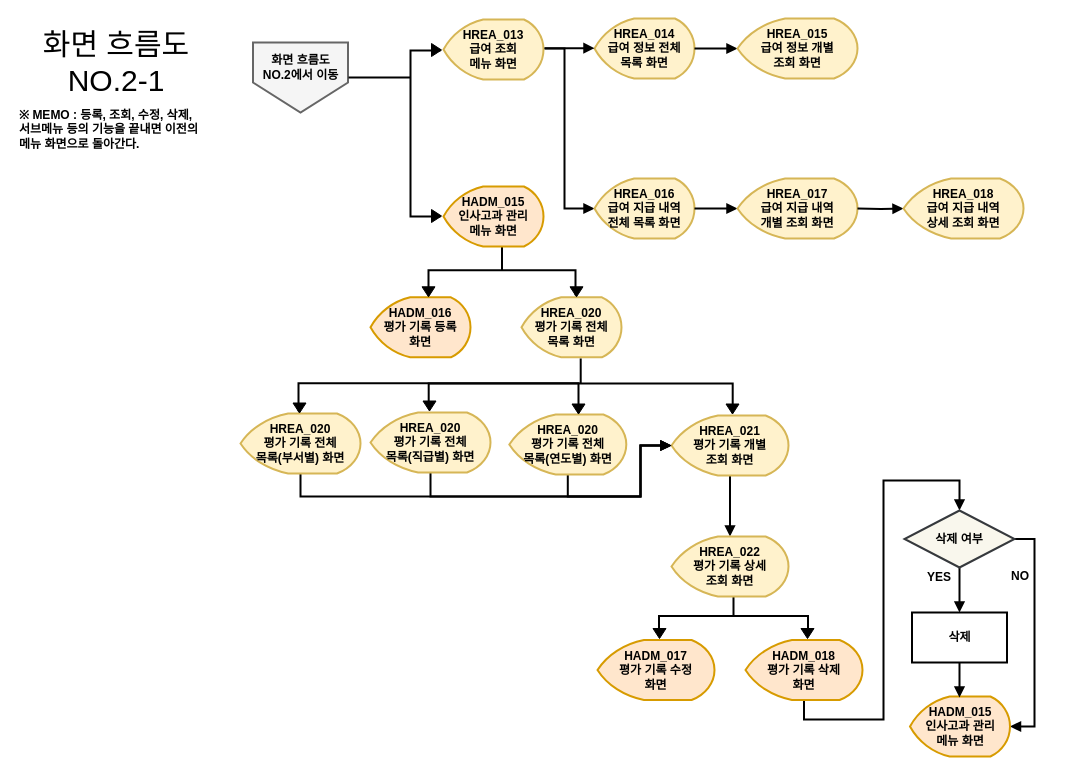
Earlier version of the draw.io diagram page "흐름도2_1" (3 of 6) of document/flowFFFFFFFFF.drawio (haazzero/FirstTeamProject). Source tidied: cells renumbered, new cells numbered last; positions are measured from the earlier drawing's top-left corner, leaving out a move shared by most shapes. Both pictures are drawn from the tidied source at 100%, with x=0, y=0 at pixel (17, 18).
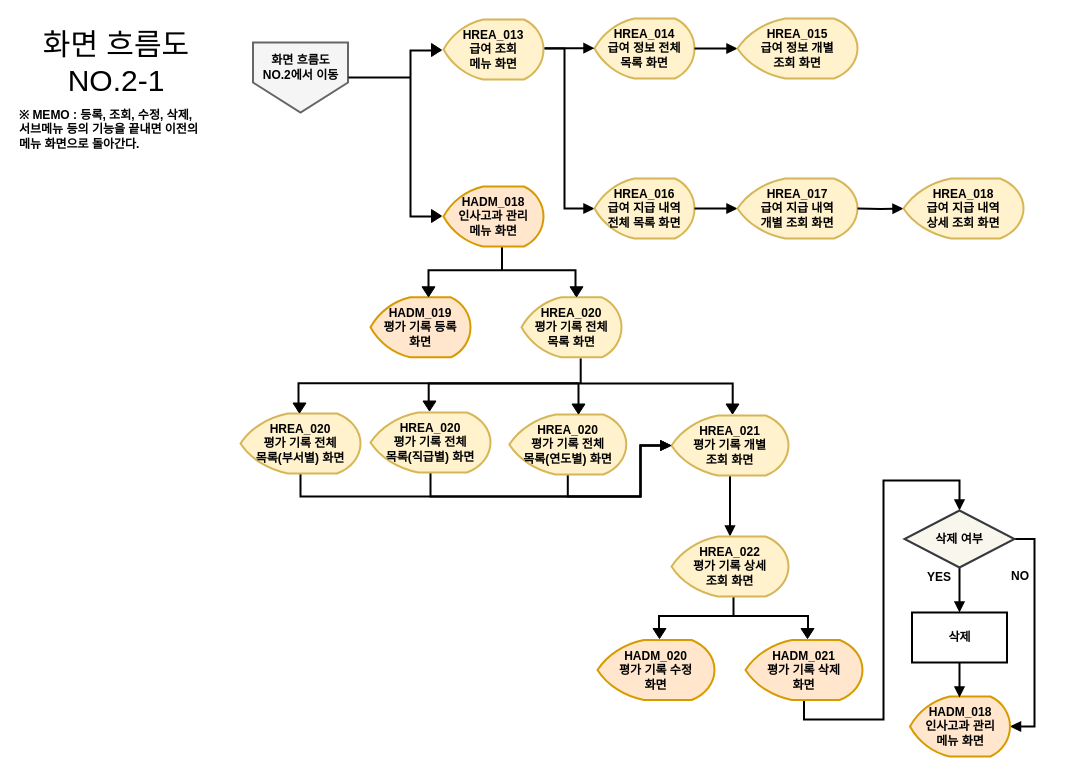
After the change.

Diff of the diagram source:
```diff
@@
-    <mxCell id="10" value="&lt;b&gt;HADM_016&lt;br&gt;평가 기록 등록&lt;br&gt;화면&lt;br&gt;&lt;/b&gt;" style="strokeWidth=2;html=1;shape=mxgraph.flowchart.display;whiteSpace=wrap;fillColor=#ffe6cc;strokeColor=#d79b00;" parent="1" vertex="1">
+    <mxCell id="10" value="&lt;b&gt;HADM_019&lt;br&gt;평가 기록 등록&lt;br&gt;화면&lt;br&gt;&lt;/b&gt;" style="strokeWidth=2;html=1;shape=mxgraph.flowchart.display;whiteSpace=wrap;fillColor=#ffe6cc;strokeColor=#d79b00;" parent="1" vertex="1">
       <mxGeometry x="353" y="278.8" width="100" height="60" as="geometry" />
     </mxCell>
@@
-    <mxCell id="29" value="&lt;b&gt;HADM_018&lt;br&gt;평가 기록 삭제&lt;br&gt;화면&lt;br&gt;&lt;/b&gt;" style="strokeWidth=2;html=1;shape=mxgraph.flowchart.display;whiteSpace=wrap;fillColor=#ffe6cc;strokeColor=#d79b00;" parent="1" vertex="1">
+    <mxCell id="29" value="&lt;b&gt;HADM_021&lt;br&gt;평가 기록 삭제&lt;br&gt;화면&lt;br&gt;&lt;/b&gt;" style="strokeWidth=2;html=1;shape=mxgraph.flowchart.display;whiteSpace=wrap;fillColor=#ffe6cc;strokeColor=#d79b00;" parent="1" vertex="1">
       <mxGeometry x="728" y="621.5" width="117" height="60" as="geometry" />
     </mxCell>
@@
-    <mxCell id="31" value="&lt;b&gt;HADM_017&lt;br&gt;평가 기록 수정 &lt;br&gt;화면&lt;br&gt;&lt;/b&gt;" style="strokeWidth=2;html=1;shape=mxgraph.flowchart.display;whiteSpace=wrap;fillColor=#ffe6cc;strokeColor=#d79b00;" parent="1" vertex="1">
+    <mxCell id="31" value="&lt;b&gt;HADM_020&lt;br&gt;평가 기록 수정 &lt;br&gt;화면&lt;br&gt;&lt;/b&gt;" style="strokeWidth=2;html=1;shape=mxgraph.flowchart.display;whiteSpace=wrap;fillColor=#ffe6cc;strokeColor=#d79b00;" parent="1" vertex="1">
       <mxGeometry x="580" y="621.5" width="117" height="60" as="geometry" />
     </mxCell>
@@
-    <mxCell id="38" value="&lt;b&gt;HADM_015&lt;br&gt;인사고과 관리&lt;br&gt;메뉴 화면&lt;br&gt;&lt;/b&gt;" style="strokeWidth=2;html=1;shape=mxgraph.flowchart.display;whiteSpace=wrap;fillColor=#ffe6cc;strokeColor=#d79b00;" parent="1" vertex="1">
+    <mxCell id="38" value="&lt;b&gt;HADM_018&lt;br&gt;인사고과 관리&lt;br&gt;메뉴 화면&lt;br&gt;&lt;/b&gt;" style="strokeWidth=2;html=1;shape=mxgraph.flowchart.display;whiteSpace=wrap;fillColor=#ffe6cc;strokeColor=#d79b00;" parent="1" vertex="1">
       <mxGeometry x="426" y="168" width="100" height="60" as="geometry" />
     </mxCell>
@@
-    <mxCell id="47" value="&lt;b&gt;HADM_015&lt;br&gt;인사고과 관리&lt;br&gt;메뉴 화면&lt;/b&gt;" style="strokeWidth=2;html=1;shape=mxgraph.flowchart.display;whiteSpace=wrap;fillColor=#ffe6cc;strokeColor=#d79b00;" parent="1" vertex="1">
+    <mxCell id="47" value="&lt;b&gt;HADM_018&lt;br&gt;인사고과 관리&lt;br&gt;메뉴 화면&lt;/b&gt;" style="strokeWidth=2;html=1;shape=mxgraph.flowchart.display;whiteSpace=wrap;fillColor=#ffe6cc;strokeColor=#d79b00;" parent="1" vertex="1">
       <mxGeometry x="892.5" y="678" width="100" height="60" as="geometry" />
     </mxCell>
```
